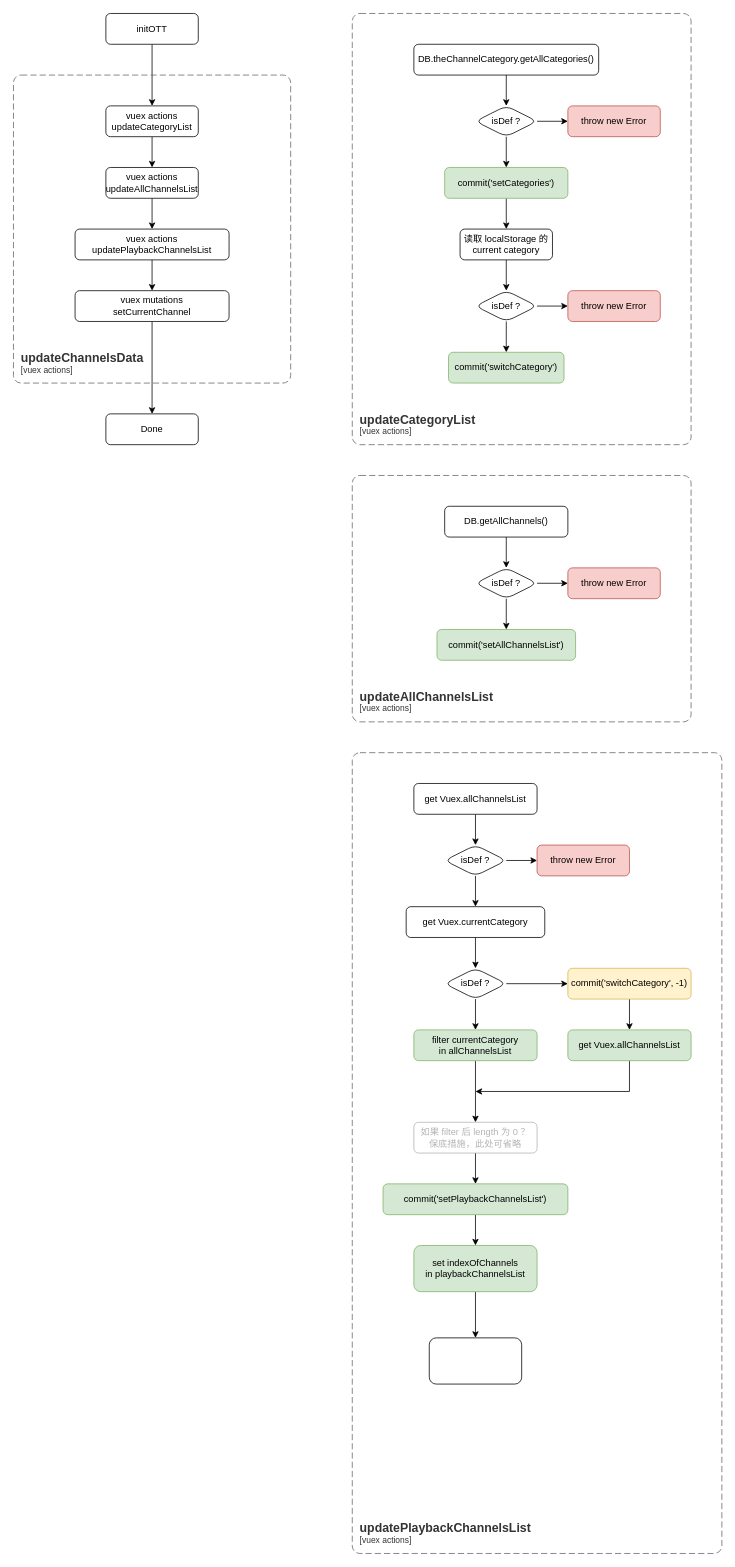
The draw.io diagram VidaaTvH5.drawio in LeeDebug/drawio, before the edit. Source tidied: cells renumbered, new cells numbered last; positions are measured from the earlier drawing's top-left corner, leaving out a move shared by most shapes. Both pictures are drawn from the tidied source at 77%, with x=0, y=0 at pixel (13, 13).
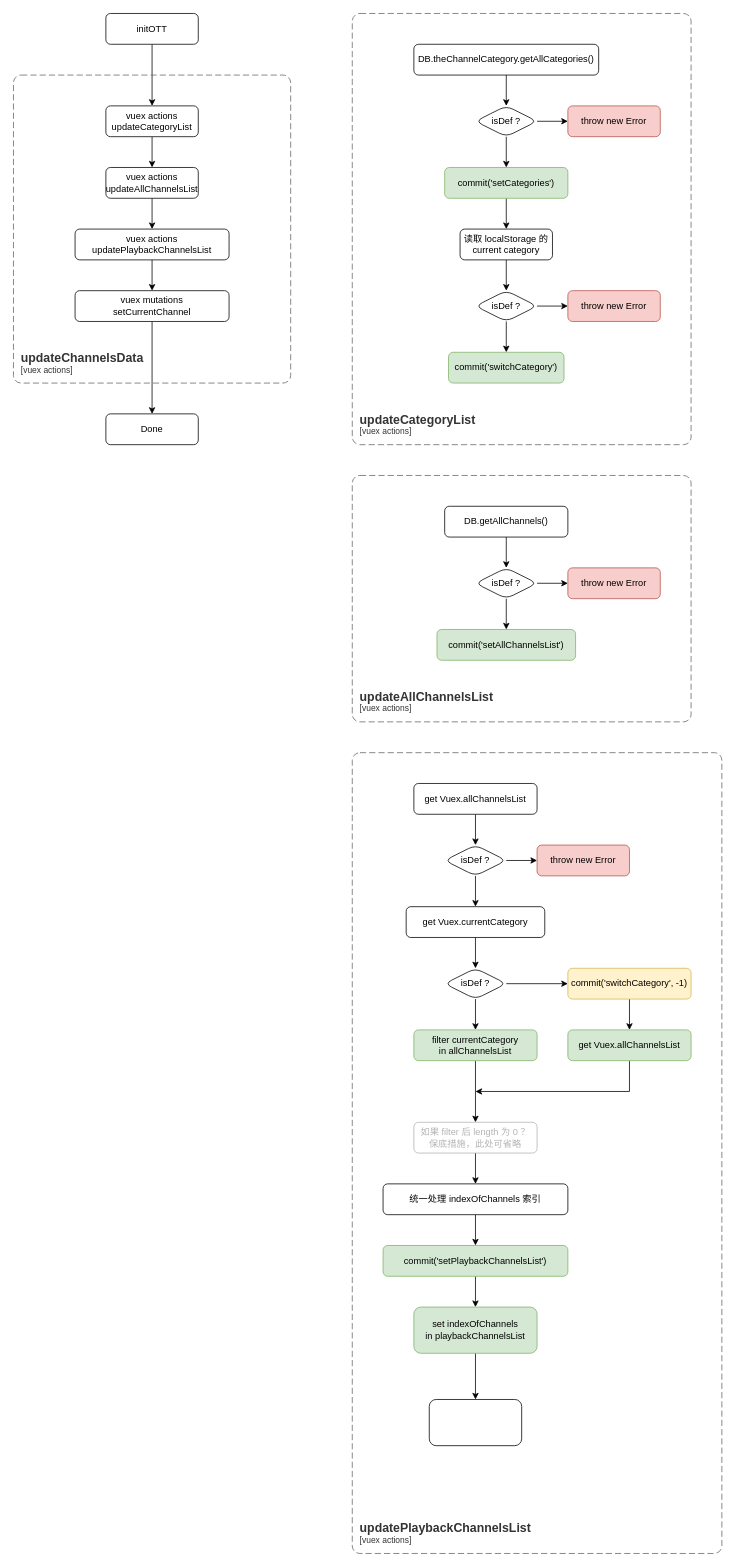
After the change.

The change refers to these unchanged cells:
```xml
<mxCell id="56" value="如果 filter 后 length 为 0 ？&lt;br&gt;保底措施，此处可省略" style="whiteSpace=wrap;html=1;rounded=1;fontColor=#B3B3B3;strokeColor=#B3B3B3;" parent="1" vertex="1">
  <mxGeometry x="520" y="1440" width="160" height="40" as="geometry" />
</mxCell>
```

The edit, as a diff of the source:
```diff
@@
-    <mxCell id="55" style="edgeStyle=orthogonalEdgeStyle;rounded=0;jettySize=auto;html=1;" parent="1" edge="1" source="56" target="58">
-      <mxGeometry relative="1" as="geometry" />
-    </mxCell>
+    <mxCell id="63" style="edgeStyle=orthogonalEdgeStyle;rounded=0;jettySize=auto;html=1;" parent="1" edge="1" source="56" target="65">
+      <mxGeometry relative="1" as="geometry" />
+    </mxCell>
@@
     <mxCell id="58" value="commit('setPlaybackChannelsList')" style="whiteSpace=wrap;html=1;rounded=1;fillColor=#d5e8d4;strokeColor=#82b366;" parent="1" vertex="1">
-      <mxGeometry x="480" y="1520" width="240" height="40" as="geometry" />
+      <mxGeometry x="480" y="1600" width="240" height="40" as="geometry" />
     </mxCell>
@@
     <mxCell id="60" value="set&amp;nbsp;indexOfChannels&lt;br&gt;in&amp;nbsp;playbackChannelsList" style="whiteSpace=wrap;html=1;rounded=1;fillColor=#d5e8d4;strokeColor=#82b366;" parent="1" vertex="1">
-      <mxGeometry x="520" y="1600" width="160" height="60" as="geometry" />
+      <mxGeometry x="520" y="1680" width="160" height="60" as="geometry" />
     </mxCell>
@@
     <mxCell id="62" style="whiteSpace=wrap;html=1;rounded=1;" parent="1" vertex="1">
-      <mxGeometry x="540" y="1720" width="120" height="60" as="geometry" />
+      <mxGeometry x="540" y="1800" width="120" height="60" as="geometry" />
     </mxCell>
+    <mxCell id="64" style="edgeStyle=orthogonalEdgeStyle;rounded=0;jettySize=auto;html=1;exitX=0.5;exitY=1;exitDx=0;exitDy=0;entryX=0.5;entryY=0;entryDx=0;entryDy=0;" parent="1" edge="1" source="65" target="58">
+      <mxGeometry relative="1" as="geometry" />
+    </mxCell>
+    <mxCell id="65" value="&lt;font color=&quot;#000000&quot;&gt;统一处理 indexOfChannels 索引&lt;/font&gt;" style="whiteSpace=wrap;html=1;rounded=1;" parent="1" vertex="1">
+      <mxGeometry x="480" y="1520" width="240" height="40" as="geometry" />
+    </mxCell>
```
